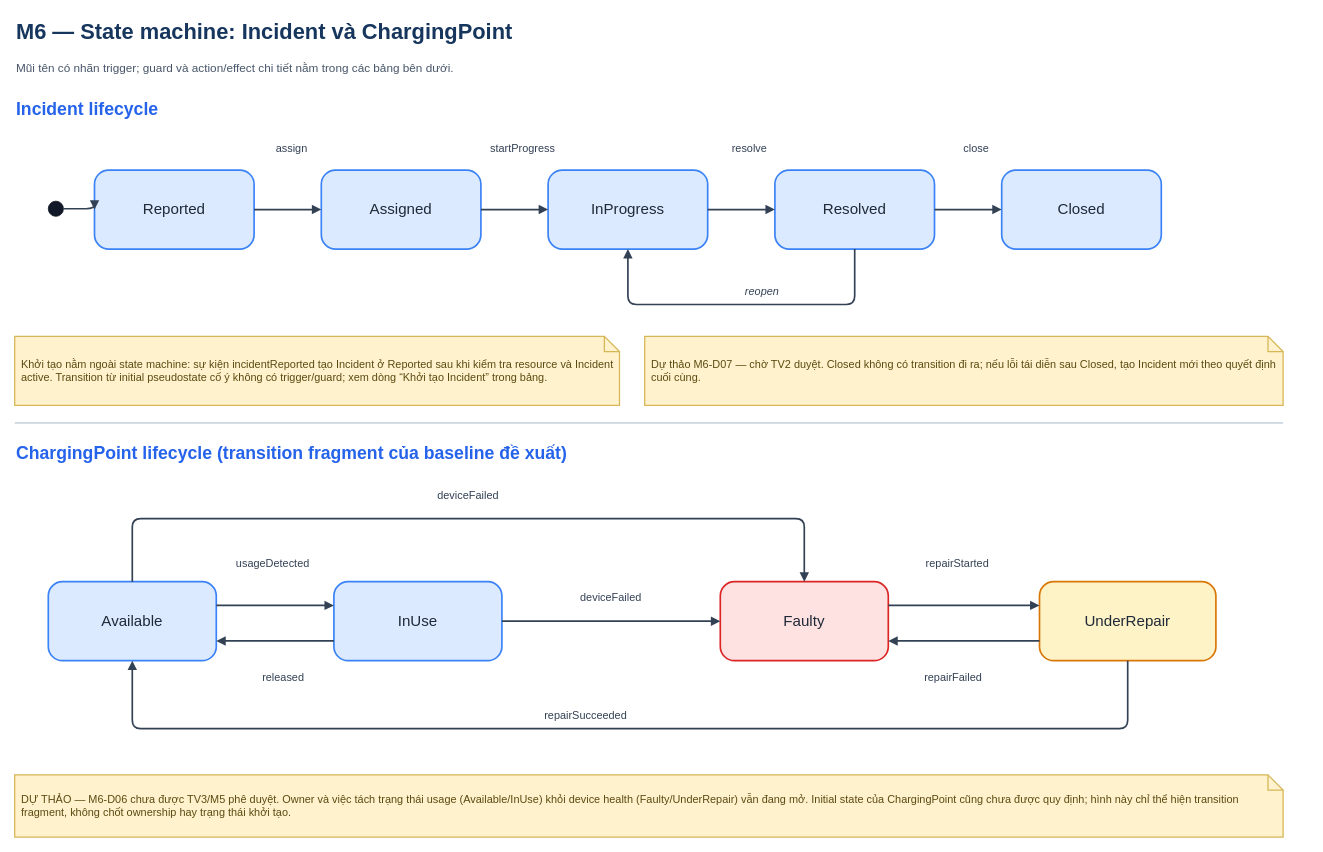
Earlier version of the draw.io diagram docs/architecture/m6_state_machines.drawio (Jennie3306/smart-emobility-hub). Source tidied: cells renumbered, new cells numbered last; positions are measured from the earlier drawing's top-left corner, leaving out a move shared by most shapes. Both pictures are drawn from the tidied source at 84%, with x=0, y=0 at pixel (14, 14).
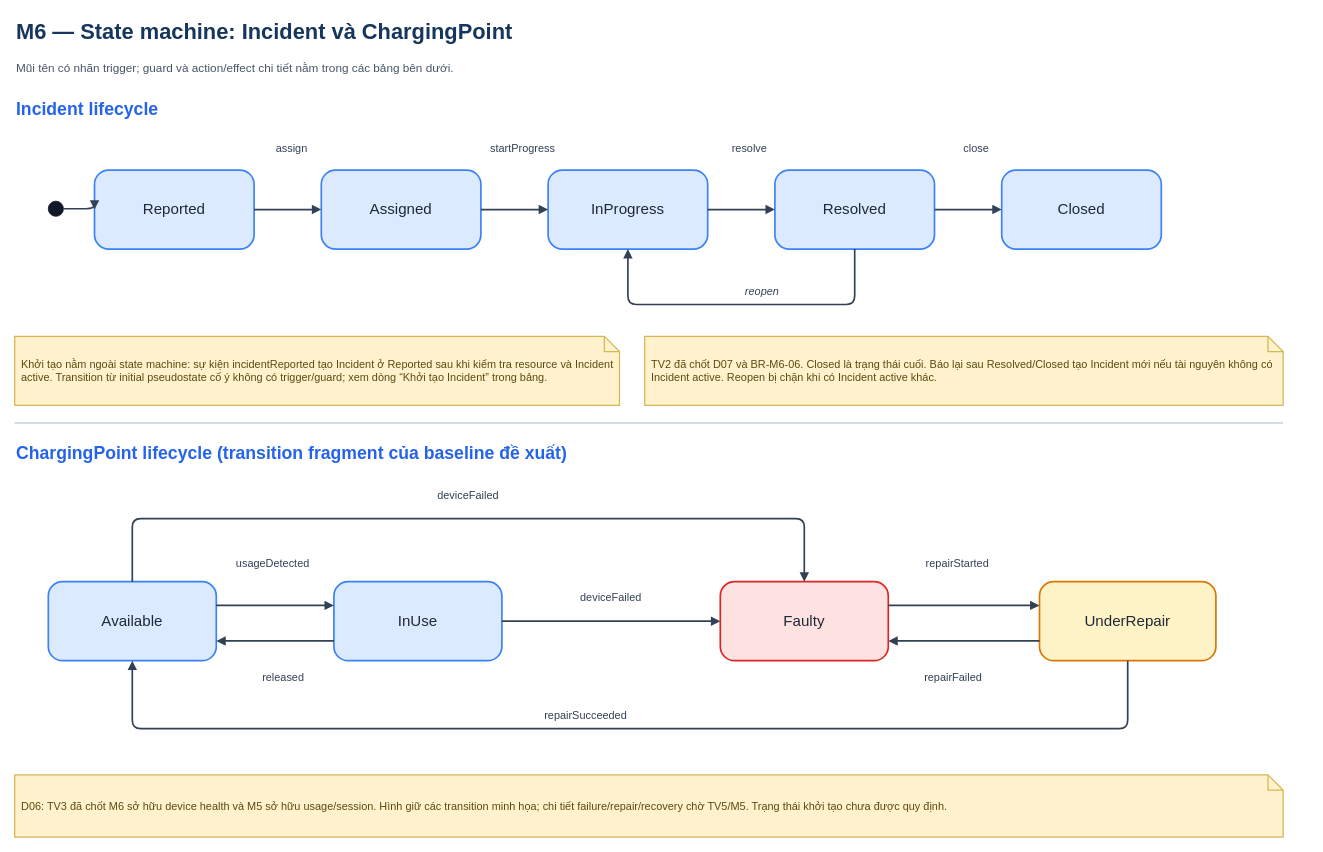
After the change.

Commit message (it also covers changes not shown here):
docs(m6): finalize report and update incident diagrams

The edit, as a diff of the source:
```diff
@@
-    <mxCell id="23" value="Dự thảo M6-D07 — chờ TV2 duyệt. Closed không có transition đi ra; nếu lỗi tái diễn sau Closed, tạo Incident mới theo quyết định cuối cùng." style="shape=note;size=18;whiteSpace=wrap;html=1;verticalAlign=middle;align=left;fontFamily=Arial;fontSize=13;spacing=8;fillColor=#fff2cc;strokeColor=#d6b656;strokeWidth=1.5;fontColor=#5b4b12;" parent="1" vertex="1">
+    <mxCell id="23" value="TV2 đã chốt D07 và BR-M6-06. Closed là trạng thái cuối. Báo lại sau Resolved/Closed tạo Incident mới nếu tài nguyên không có Incident active. Reopen bị chặn khi có Incident active khác." style="shape=note;size=18;whiteSpace=wrap;html=1;verticalAlign=middle;align=left;fontFamily=Arial;fontSize=13;spacing=8;fillColor=#fff2cc;strokeColor=#d6b656;strokeWidth=1.5;fontColor=#5b4b12;" parent="1" vertex="1">
       <mxGeometry x="750" y="383" width="760" height="82" as="geometry" />
     </mxCell>
@@
-    <mxCell id="44" value="DỰ THẢO — M6-D06 chưa được TV3/M5 phê duyệt. Owner và việc tách trạng thái usage (Available/InUse) khỏi device health (Faulty/UnderRepair) vẫn đang mở. Initial state của ChargingPoint cũng chưa được quy định; hình này chỉ thể hiện transition fragment, không chốt ownership hay trạng thái khởi tạo." style="shape=note;size=18;whiteSpace=wrap;html=1;verticalAlign=middle;align=left;fontFamily=Arial;fontSize=13;spacing=8;fillColor=#fff2cc;strokeColor=#d6b656;strokeWidth=1.5;fontColor=#5b4b12;" parent="1" vertex="1">
+    <mxCell id="44" value="D06: TV3 đã chốt M6 sở hữu device health và M5 sở hữu usage/session. Hình giữ các transition minh họa; chi tiết failure/repair/recovery chờ TV5/M5. Trạng thái khởi tạo chưa được quy định." style="shape=note;size=18;whiteSpace=wrap;html=1;verticalAlign=middle;align=left;fontFamily=Arial;fontSize=13;spacing=8;fillColor=#fff2cc;strokeColor=#d6b656;strokeWidth=1.5;fontColor=#5b4b12;" parent="1" vertex="1">
       <mxGeometry y="905" width="1510" height="74" as="geometry" />
     </mxCell>
```
